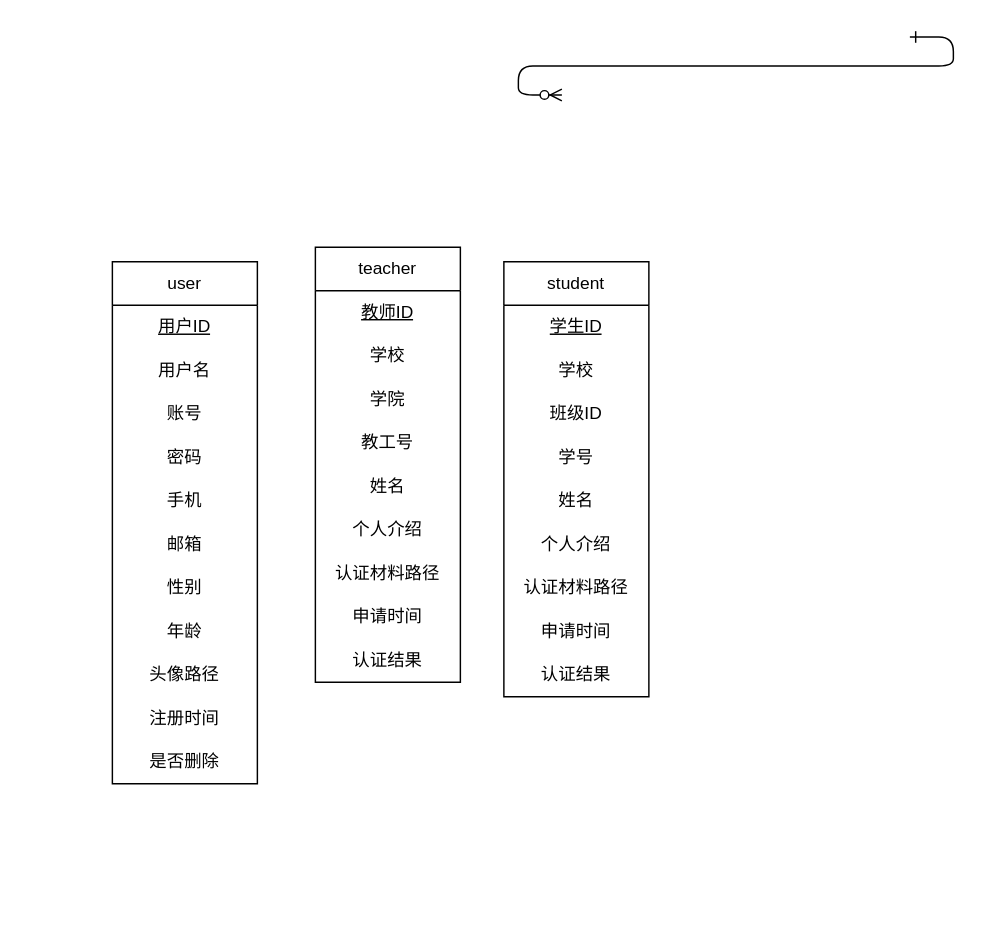
Before: 未命名绘图.drawio in Umbrellalalala/Hello-World, a draw.io diagram. Source tidied: cells renumbered, new cells numbered last; positions are measured from the earlier drawing's top-left corner, leaving out a move shared by most shapes. Both pictures are drawn from the tidied source at 145%, with x=0, y=0 at pixel (112, 36).
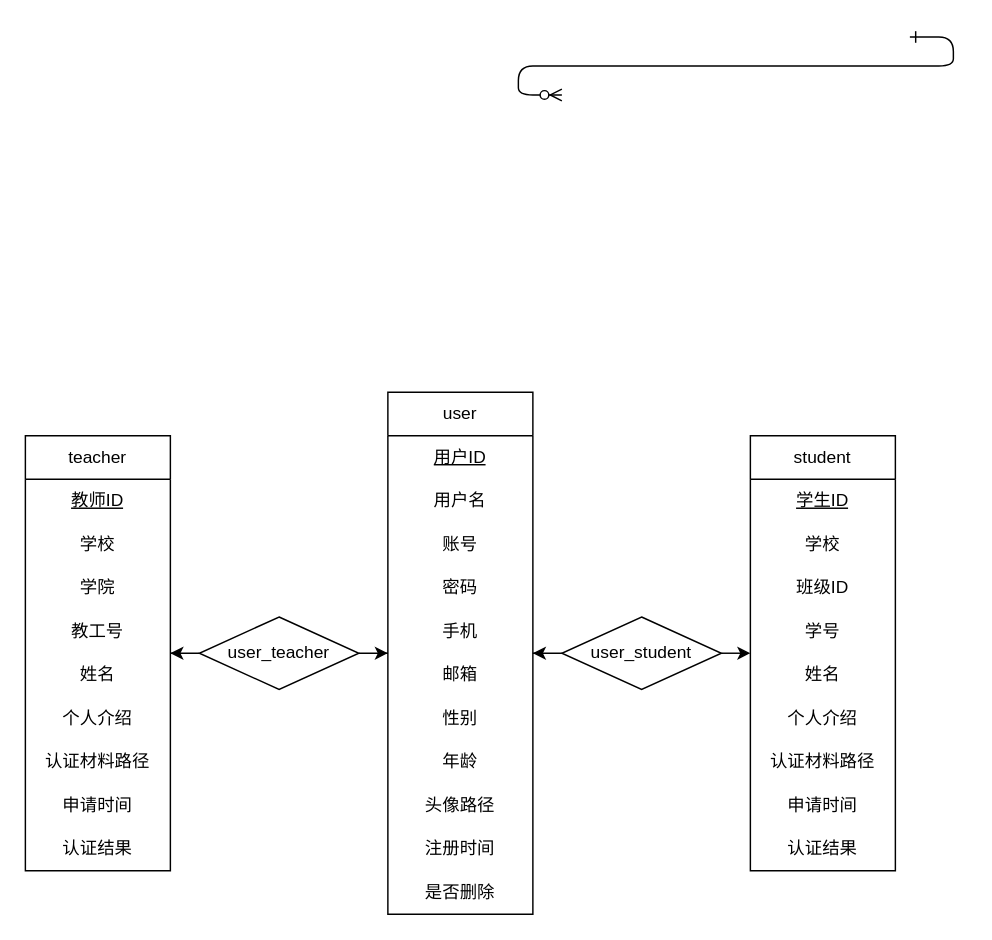
After the change.

Commit message (it also covers changes not shown here):
更新未命名绘图.drawio

The edit, as a diff of the source:
```diff
@@
     <mxCell id="3" value="student" style="swimlane;fontStyle=0;horizontal=1;startSize=30;whiteSpace=wrap;html=1;" parent="1" vertex="1">
-      <mxGeometry x="270" y="155" width="100" height="300" as="geometry" />
+      <mxGeometry x="440" y="275" width="100" height="300" as="geometry" />
     </mxCell>
@@
     <mxCell id="13" value="teacher" style="swimlane;fontStyle=0;horizontal=1;startSize=30;whiteSpace=wrap;html=1;" parent="1" vertex="1">
-      <mxGeometry x="140" y="145" width="100" height="300" as="geometry" />
+      <mxGeometry x="-60" y="275" width="100" height="300" as="geometry" />
     </mxCell>
@@
     <mxCell id="23" value="user" style="swimlane;fontStyle=0;horizontal=1;startSize=30;whiteSpace=wrap;html=1;" parent="1" vertex="1">
-      <mxGeometry y="155" width="100" height="360" as="geometry" />
+      <mxGeometry x="190" y="245" width="100" height="360" as="geometry" />
     </mxCell>
@@
+    <mxCell id="35" style="edgeStyle=orthogonalEdgeStyle;rounded=0;jettySize=auto;html=1;" parent="1" edge="1" source="37" target="13">
+      <mxGeometry relative="1" as="geometry" />
+    </mxCell>
+    <mxCell id="36" style="edgeStyle=orthogonalEdgeStyle;rounded=0;jettySize=auto;html=1;" parent="1" edge="1" source="37" target="23">
+      <mxGeometry relative="1" as="geometry" />
+    </mxCell>
+    <mxCell id="37" value="user_teacher" style="rhombus;whiteSpace=wrap;html=1;" parent="1" vertex="1">
+      <mxGeometry x="60" y="400" width="110" height="50" as="geometry" />
+    </mxCell>
+    <mxCell id="38" style="edgeStyle=orthogonalEdgeStyle;rounded=0;jettySize=auto;html=1;" parent="1" edge="1" source="40" target="23">
+      <mxGeometry relative="1" as="geometry" />
+    </mxCell>
+    <mxCell id="39" style="edgeStyle=orthogonalEdgeStyle;rounded=0;jettySize=auto;html=1;strokeColor=default;" parent="1" edge="1" source="40" target="3">
+      <mxGeometry relative="1" as="geometry">
+        <Array as="points">
+          <mxPoint x="460" y="425" />
+          <mxPoint x="460" y="425" />
+        </Array>
+      </mxGeometry>
+    </mxCell>
+    <mxCell id="40" value="user_student" style="rhombus;whiteSpace=wrap;html=1;" parent="1" vertex="1">
+      <mxGeometry x="310" y="400" width="110" height="50" as="geometry" />
+    </mxCell>
```
